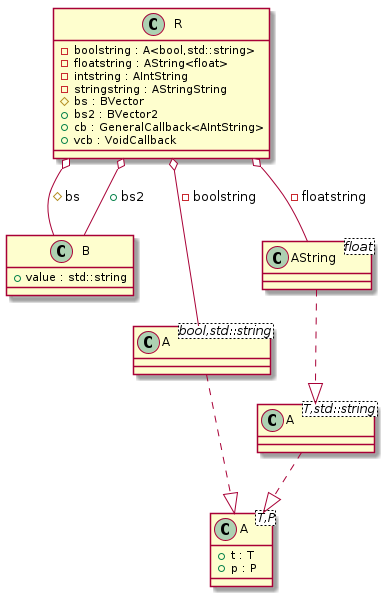
This is docs/test_cases/t00014_class.png from bkryza/clang-uml, a PlantUML export, as it was before one commit.
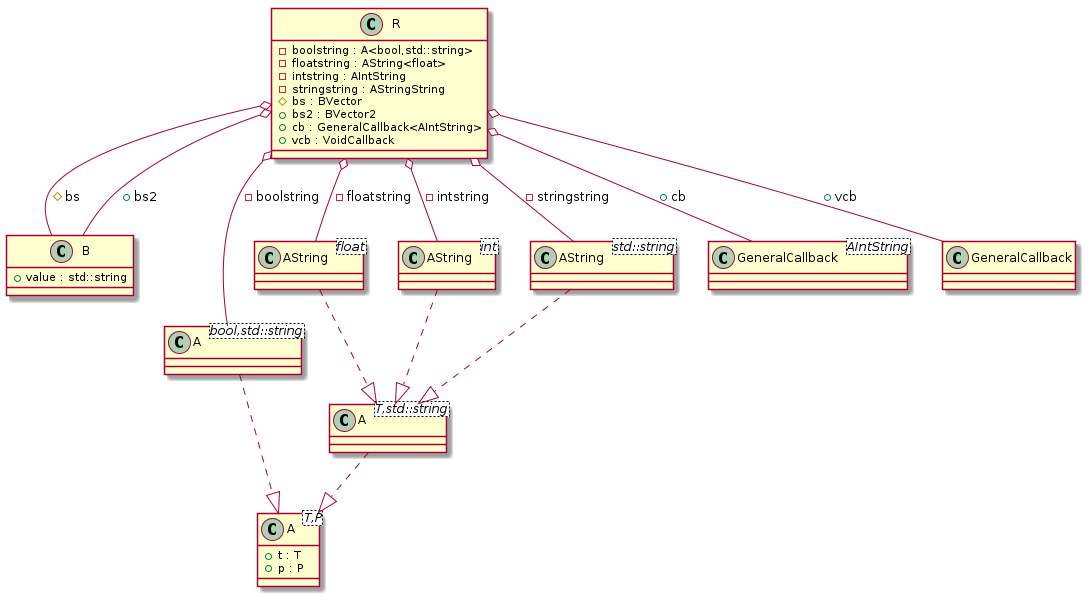
The same diagram one commit later.

The edit, as a diff of the source:
```diff
@@ -1,38 +1,45 @@
 @startuml
-class "A<T,P>" as C_0000000227
-
-class "A<T,std::string>" as C_0000000229
-
-class "B" as C_0000000233
-
-class "A<bool,std::string>" as C_0000000236
-
-class "AString<float>" as C_0000000237
-
-class "R" as C_0000000235
-
-class C_0000000227 {
+class "A<T,P>" as C_0000000229
+class C_0000000229 {
 +t : T
 +p : P
 }
 
-class C_0000000229 {
+class "A<T,std::string>" as C_0000000231
+class C_0000000231 {
 }
-C_0000000229 ..|> C_0000000227
 
-class C_0000000233 {
+class "B" as C_0000000235
+class C_0000000235 {
 +value : std::string
 }
 
-class C_0000000236 {
+class "A<bool,std::string>" as C_0000000238
+class C_0000000238 {
 }
-C_0000000236 ..|> C_0000000227
 
+class "AString<float>" as C_0000000239
+class C_0000000239 {
+}
+
+class "AString<int>" as C_0000000240
+class C_0000000240 {
+}
+
+class "AString<std::string>" as C_0000000241
+class C_0000000241 {
+}
+
+class "GeneralCallback<AIntString>" as C_0000000244
+class C_0000000244 {
+}
+
+class "GeneralCallback" as C_0000000245
+class C_0000000245 {
+}
+
+class "R" as C_0000000237
 class C_0000000237 {
-}
-C_0000000237 ..|> C_0000000229
-
-class C_0000000235 {
 -boolstring : A<bool,std::string>
 -floatstring : AString<float>
 -intstring : AIntString
@@ -42,9 +49,18 @@
 +cb : GeneralCallback<AIntString>
 +vcb : VoidCallback
 }
-C_0000000235 o-- C_0000000236 : -boolstring
-C_0000000235 o-- C_0000000237 : -floatstring
-C_0000000235 o-- C_0000000233 : #bs
-C_0000000235 o-- C_0000000233 : +bs2
 
+C_0000000231 ..|> C_0000000229
+C_0000000238 ..|> C_0000000229
+C_0000000239 ..|> C_0000000231
+C_0000000240 ..|> C_0000000231
+C_0000000241 ..|> C_0000000231
+C_0000000237 o-- C_0000000238 : -boolstring
+C_0000000237 o-- C_0000000239 : -floatstring
+C_0000000237 o-- C_0000000240 : -intstring
+C_0000000237 o-- C_0000000241 : -stringstring
+C_0000000237 o-- C_0000000235 : #bs
+C_0000000237 o-- C_0000000235 : +bs2
+C_0000000237 o-- C_0000000244 : +cb
+C_0000000237 o-- C_0000000245 : +vcb
 @enduml
```
